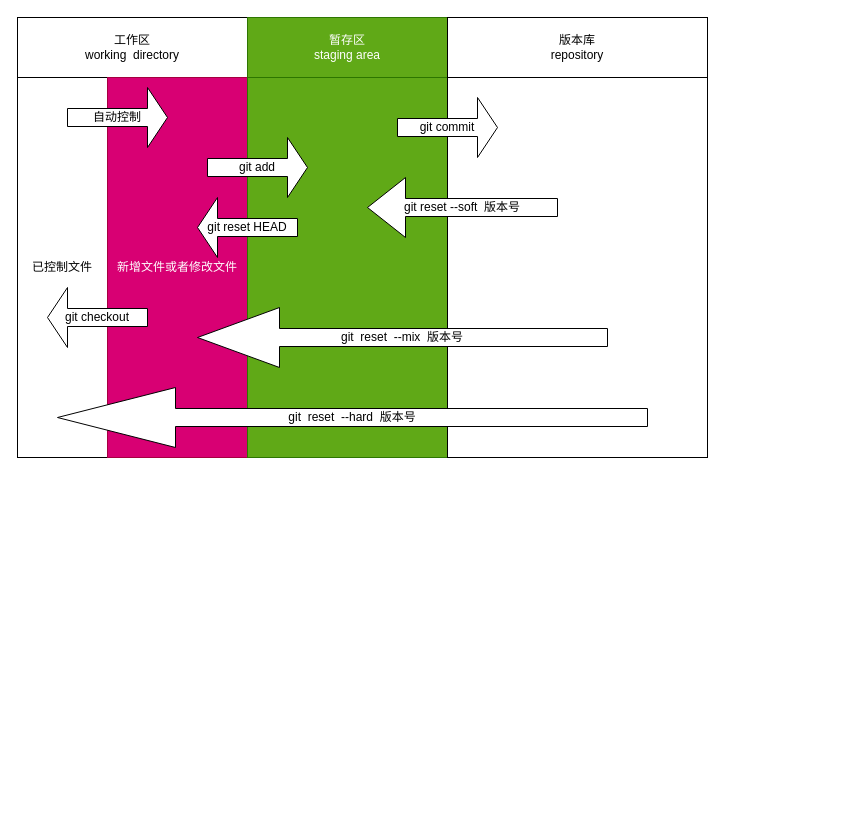
This is Untitled Diagram.drawio from Mrxiaoling/images, a draw.io file, before an edit. Source tidied: cells renumbered, new cells numbered last; positions are measured from the earlier drawing's top-left corner, leaving out a move shared by most shapes. Both pictures are drawn from the tidied source at 100%, with x=0, y=0 at pixel (17, 17).
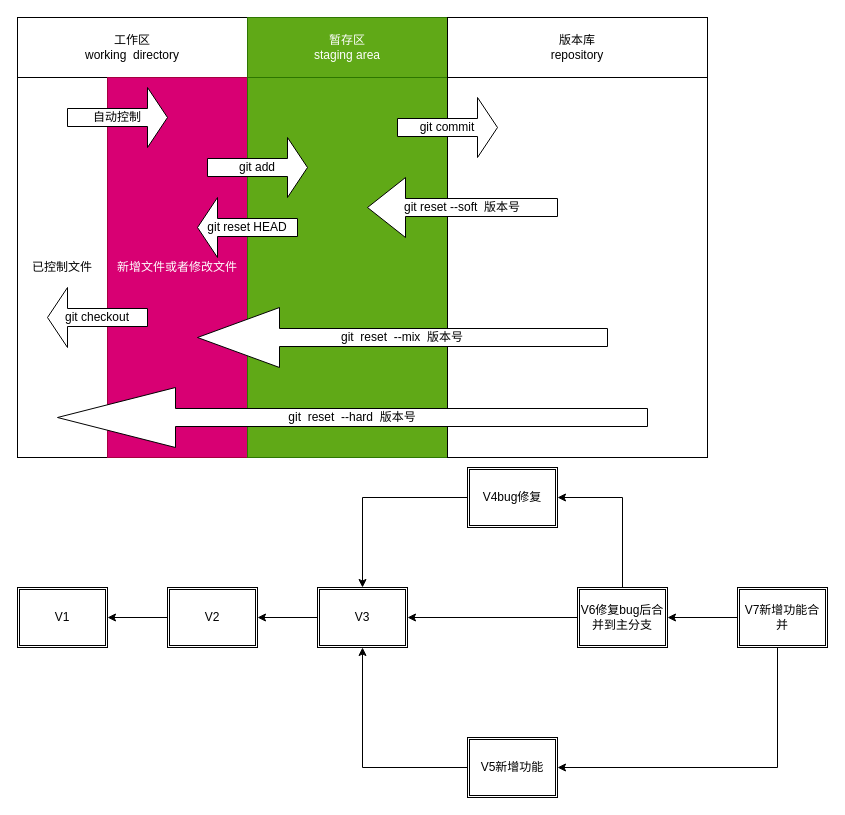
The same diagram, later.

Change to the diagram source:
```diff
@@
+    <mxCell id="18" value="V1" style="shape=ext;double=1;rounded=0;whiteSpace=wrap;html=1;" parent="1" vertex="1">
+      <mxGeometry y="570" width="90" height="60" as="geometry" />
+    </mxCell>
+    <mxCell id="19" style="edgeStyle=orthogonalEdgeStyle;rounded=0;jettySize=auto;html=1;" parent="1" edge="1" source="20" target="18">
+      <mxGeometry relative="1" as="geometry" />
+    </mxCell>
+    <mxCell id="20" value="V2" style="shape=ext;double=1;rounded=0;whiteSpace=wrap;html=1;" parent="1" vertex="1">
+      <mxGeometry x="150" y="570" width="90" height="60" as="geometry" />
+    </mxCell>
+    <mxCell id="21" style="edgeStyle=orthogonalEdgeStyle;rounded=0;jettySize=auto;html=1;entryX=1;entryY=0.5;entryDx=0;entryDy=0;" parent="1" edge="1" source="22" target="20">
+      <mxGeometry relative="1" as="geometry" />
+    </mxCell>
+    <mxCell id="22" value="V3" style="shape=ext;double=1;rounded=0;whiteSpace=wrap;html=1;" parent="1" vertex="1">
+      <mxGeometry x="300" y="570" width="90" height="60" as="geometry" />
+    </mxCell>
+    <mxCell id="23" style="edgeStyle=orthogonalEdgeStyle;rounded=0;jettySize=auto;html=1;entryX=0.5;entryY=1;entryDx=0;entryDy=0;" parent="1" edge="1" source="24" target="22">
+      <mxGeometry relative="1" as="geometry" />
+    </mxCell>
+    <mxCell id="24" value="V5新增功能" style="shape=ext;double=1;rounded=0;whiteSpace=wrap;html=1;" parent="1" vertex="1">
+      <mxGeometry x="450" y="720" width="90" height="60" as="geometry" />
+    </mxCell>
+    <mxCell id="25" style="edgeStyle=orthogonalEdgeStyle;rounded=0;jettySize=auto;html=1;entryX=0.5;entryY=0;entryDx=0;entryDy=0;" parent="1" edge="1" source="26" target="22">
+      <mxGeometry relative="1" as="geometry" />
+    </mxCell>
+    <mxCell id="26" value="V4bug修复" style="shape=ext;double=1;rounded=0;whiteSpace=wrap;html=1;" parent="1" vertex="1">
+      <mxGeometry x="450" y="450" width="90" height="60" as="geometry" />
+    </mxCell>
+    <mxCell id="27" style="edgeStyle=orthogonalEdgeStyle;rounded=0;jettySize=auto;html=1;entryX=1;entryY=0.5;entryDx=0;entryDy=0;" parent="1" edge="1" source="29" target="26">
+      <mxGeometry relative="1" as="geometry">
+        <Array as="points">
+          <mxPoint x="605" y="480" />
+        </Array>
+      </mxGeometry>
+    </mxCell>
+    <mxCell id="28" style="edgeStyle=orthogonalEdgeStyle;rounded=0;jettySize=auto;html=1;entryX=1;entryY=0.5;entryDx=0;entryDy=0;" parent="1" edge="1" source="29" target="22">
+      <mxGeometry relative="1" as="geometry" />
+    </mxCell>
+    <mxCell id="29" value="V6修复bug后合并到主分支" style="shape=ext;double=1;rounded=0;whiteSpace=wrap;html=1;" parent="1" vertex="1">
+      <mxGeometry x="560" y="570" width="90" height="60" as="geometry" />
+    </mxCell>
+    <mxCell id="30" style="edgeStyle=orthogonalEdgeStyle;rounded=0;jettySize=auto;html=1;entryX=1;entryY=0.5;entryDx=0;entryDy=0;" parent="1" edge="1" source="32" target="29">
+      <mxGeometry relative="1" as="geometry" />
+    </mxCell>
+    <mxCell id="31" style="edgeStyle=orthogonalEdgeStyle;rounded=0;jettySize=auto;html=1;entryX=1;entryY=0.5;entryDx=0;entryDy=0;" parent="1" edge="1" source="32" target="24">
+      <mxGeometry relative="1" as="geometry">
+        <Array as="points">
+          <mxPoint x="760" y="750" />
+        </Array>
+      </mxGeometry>
+    </mxCell>
+    <mxCell id="32" value="V7新增功能合并" style="shape=ext;double=1;rounded=0;whiteSpace=wrap;html=1;" parent="1" vertex="1">
+      <mxGeometry x="720" y="570" width="90" height="60" as="geometry" />
+    </mxCell>
```
